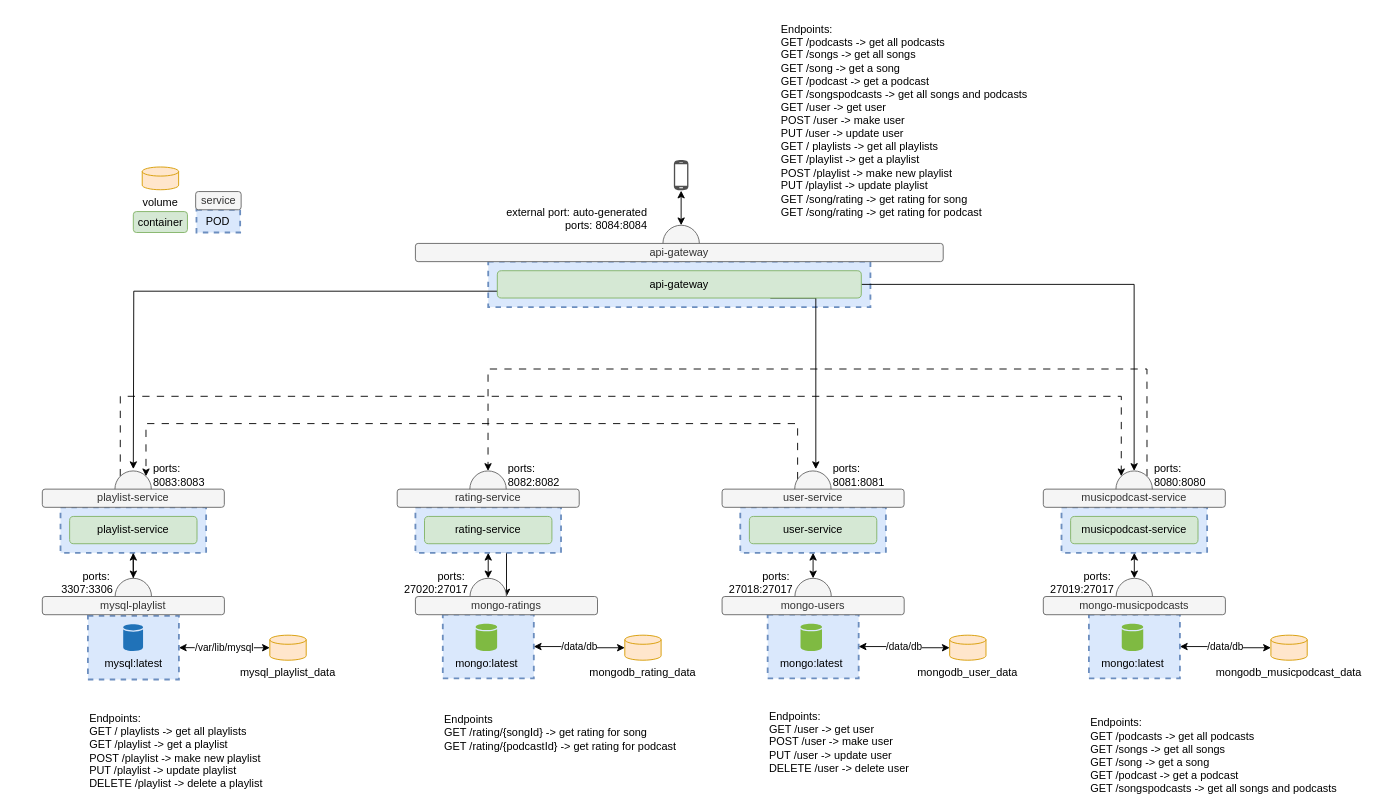
Before: muziekservice.drawio in EvaBurghoorn/ProjectEDE_muziekservice, a draw.io diagram. Source tidied: cells renumbered, new cells numbered last; positions are measured from the earlier drawing's top-left corner, leaving out a move shared by most shapes. Both pictures are drawn from the tidied source at 91%, with x=0, y=0 at pixel (15, 15).
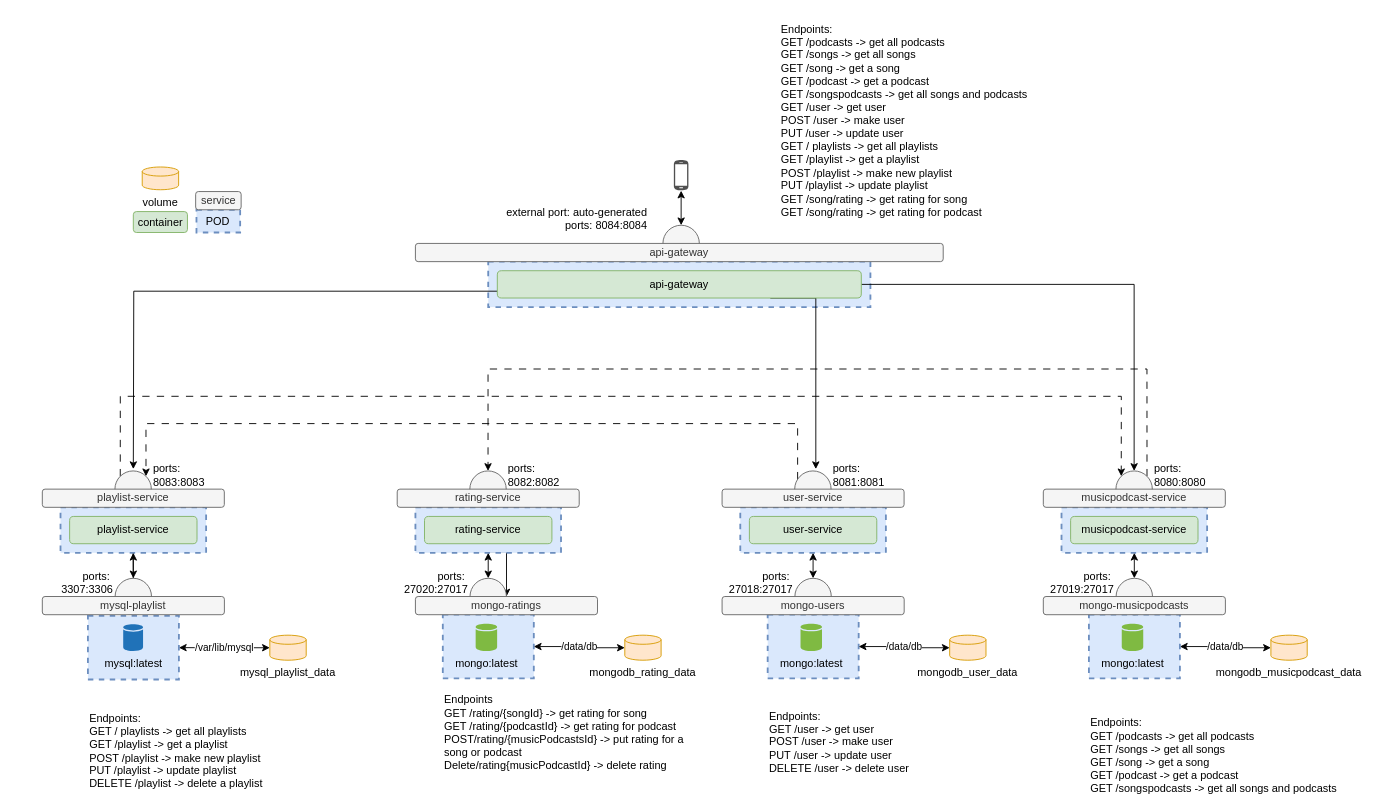
The same diagram, later.

The edit, as a diff of the source:
```diff
@@
-    <mxCell id="76" value="Endpoints&lt;br&gt;GET /rating/{songId} -&amp;gt; get rating for song&lt;br&gt;GET /rating/{podcastId} -&amp;gt; get rating for podcast" style="text;html=1;strokeColor=none;fillColor=none;align=left;verticalAlign=middle;whiteSpace=wrap;rounded=0;" parent="1" vertex="1">
+    <mxCell id="76" value="Endpoints&lt;br&gt;GET /rating/{songId} -&amp;gt; get rating for song&lt;br&gt;GET /rating/{podcastId} -&amp;gt; get rating for podcast&lt;br&gt;POST/rating/{musicPodcastsId} -&amp;gt; put rating for a song or podcast&lt;br&gt;Delete/rating{musicPodcastId} -&amp;gt; delete rating" style="text;html=1;strokeColor=none;fillColor=none;align=left;verticalAlign=middle;whiteSpace=wrap;rounded=0;" parent="1" vertex="1">
       <mxGeometry x="469.1" y="768" width="290" height="40" as="geometry" />
     </mxCell>
```
